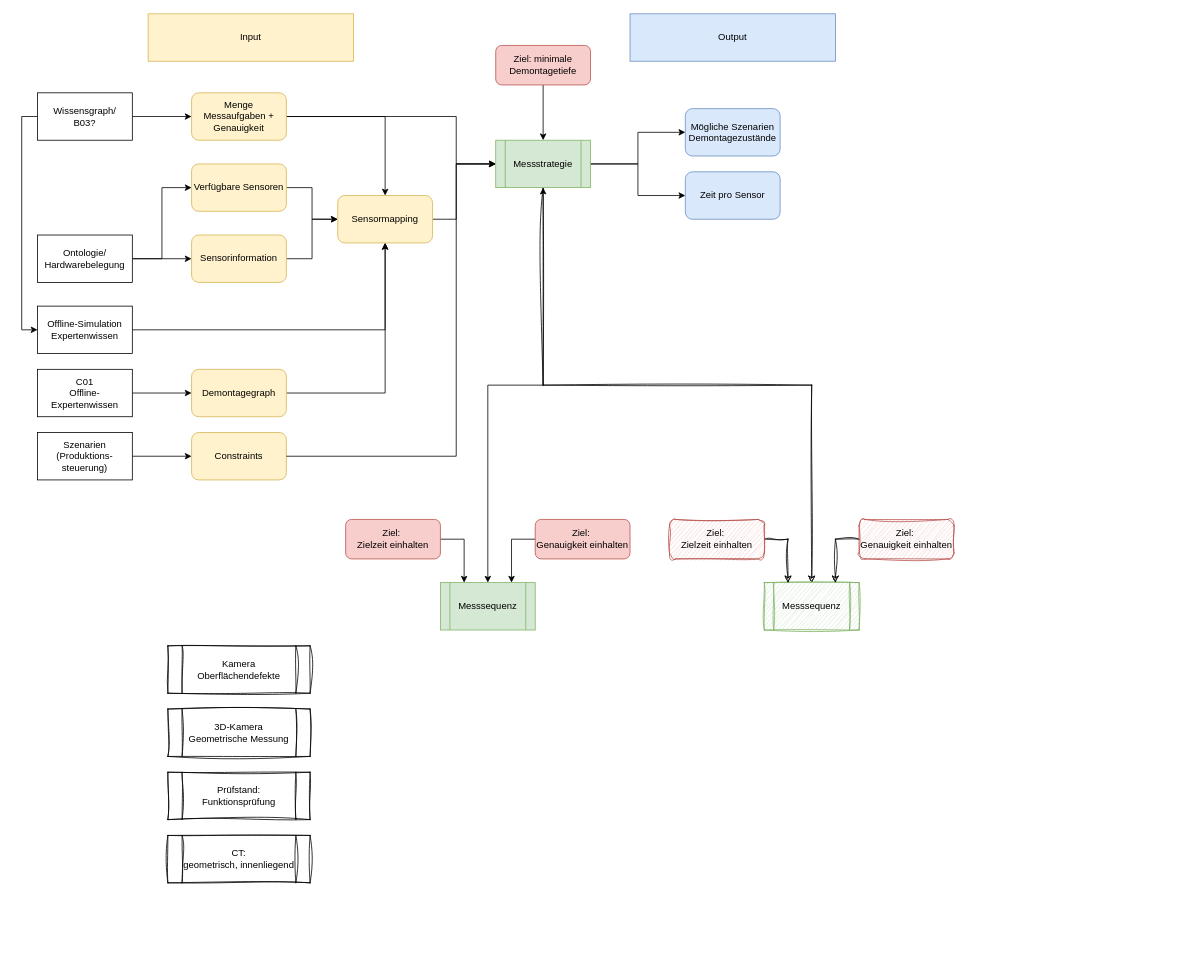
Above: B01_skizze.drawio in vento830/dok_visu (draw.io), before the change. Source tidied: cells renumbered, new cells numbered last; positions are measured from the earlier drawing's top-left corner, leaving out a move shared by most shapes. Both pictures are drawn from the tidied source at 79%, with x=0, y=0 at pixel (37, 13).
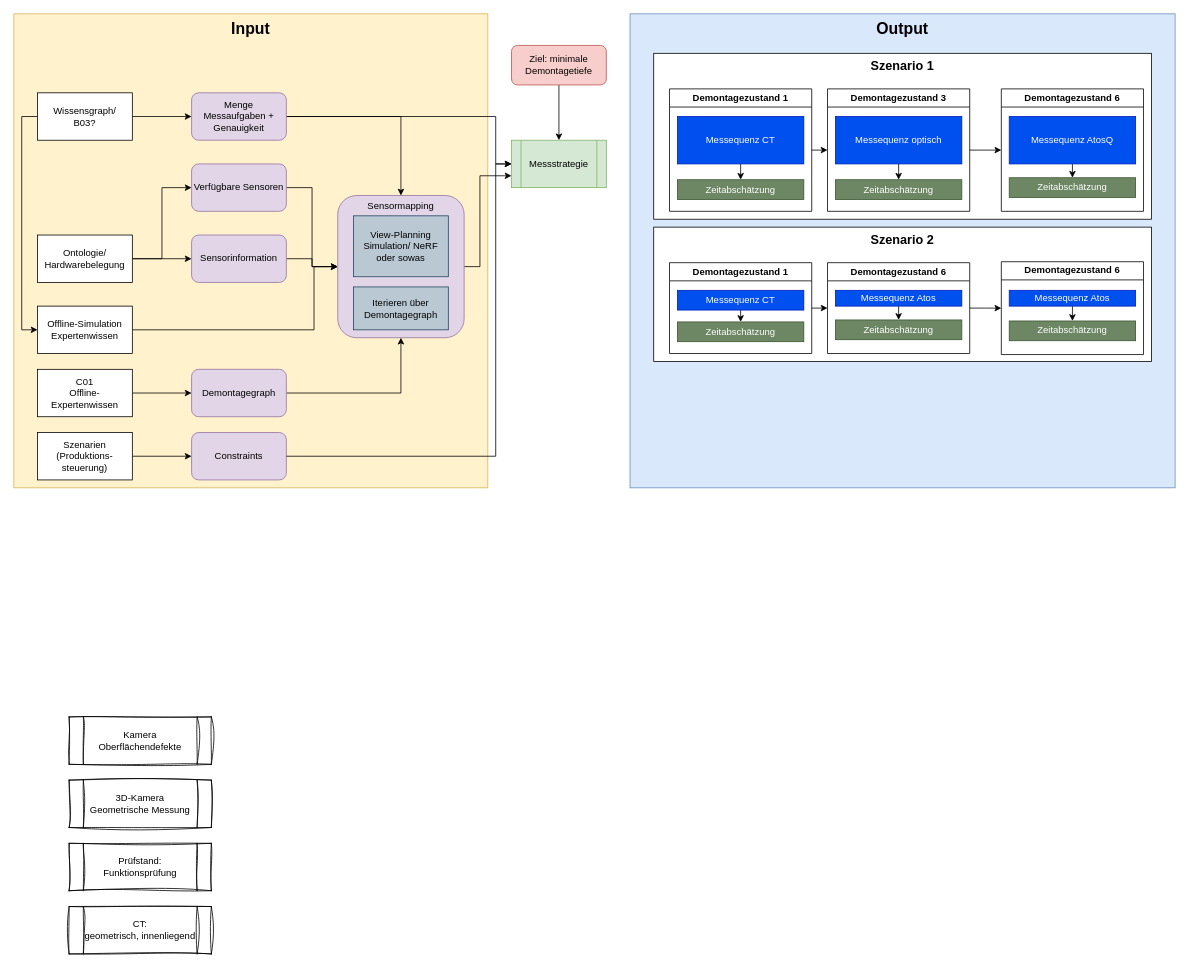
The same page after the edit.

The change refers to these unchanged cells:
```xml
<mxCell id="24" value="Offline-Simulation&lt;div&gt;Expertenwissen&lt;/div&gt;" style="rounded=0;whiteSpace=wrap;html=1;" parent="1" vertex="1">
  <mxGeometry y="370" width="120" height="60" as="geometry" />
</mxCell>
```

What changed in the source:
```diff
@@
-    <mxCell id="2" style="edgeStyle=orthogonalEdgeStyle;rounded=0;jettySize=auto;html=1;entryX=0.5;entryY=0;entryDx=0;entryDy=0;startArrow=classic;startFill=1;" parent="1" edge="1" source="6" target="36">
-      <mxGeometry relative="1" as="geometry" />
-    </mxCell>
-    <mxCell id="3" style="edgeStyle=orthogonalEdgeStyle;rounded=0;jettySize=auto;html=1;exitX=1;exitY=0.5;exitDx=0;exitDy=0;entryX=0;entryY=0.5;entryDx=0;entryDy=0;" parent="1" edge="1" source="6" target="29">
-      <mxGeometry relative="1" as="geometry" />
-    </mxCell>
-    <mxCell id="4" style="edgeStyle=orthogonalEdgeStyle;rounded=0;jettySize=auto;html=1;exitX=1;exitY=0.5;exitDx=0;exitDy=0;entryX=0;entryY=0.5;entryDx=0;entryDy=0;" parent="1" edge="1" source="6" target="37">
-      <mxGeometry relative="1" as="geometry" />
-    </mxCell>
-    <mxCell id="5" style="edgeStyle=orthogonalEdgeStyle;rounded=0;jettySize=auto;html=1;exitX=0.5;exitY=1;exitDx=0;exitDy=0;entryX=0.5;entryY=0;entryDx=0;entryDy=0;sketch=1;curveFitting=1;jiggle=2;" parent="1" edge="1" source="6" target="47">
-      <mxGeometry relative="1" as="geometry" />
-    </mxCell>
+    <mxCell id="7" value="Input" style="rounded=0;whiteSpace=wrap;html=1;fillColor=#fff2cc;strokeColor=#d6b656;labelPosition=center;verticalLabelPosition=middle;align=center;verticalAlign=top;fontSize=20;convertToSvg=0;spacing=2;labelBackgroundColor=none;fontStyle=1;" parent="1" vertex="1">
+      <mxGeometry x="-30" width="600" height="600" as="geometry" />
+    </mxCell>
+    <mxCell id="46" value="Output" style="rounded=0;whiteSpace=wrap;html=1;fillColor=#dae8fc;strokeColor=#6c8ebf;labelPosition=center;verticalLabelPosition=middle;align=center;verticalAlign=top;fontSize=20;fontStyle=1;" parent="1" vertex="1">
+      <mxGeometry x="750" width="690" height="600" as="geometry" />
+    </mxCell>
     <mxCell id="6" value="Messstrategie" style="shape=process;whiteSpace=wrap;html=1;backgroundOutline=1;fillColor=#d5e8d4;strokeColor=#82b366;" parent="1" vertex="1">
-      <mxGeometry x="580" y="160" width="120" height="60" as="geometry" />
+      <mxGeometry x="600" y="160" width="120" height="60" as="geometry" />
     </mxCell>
-    <mxCell id="7" value="Input" style="rounded=0;whiteSpace=wrap;html=1;fillColor=#fff2cc;strokeColor=#d6b656;" parent="1" vertex="1">
-      <mxGeometry x="140" width="260" height="60" as="geometry" />
-    </mxCell>
     <mxCell id="8" style="edgeStyle=orthogonalEdgeStyle;rounded=0;jettySize=auto;html=1;exitX=1;exitY=0.5;exitDx=0;exitDy=0;entryX=0;entryY=0.5;entryDx=0;entryDy=0;" parent="1" edge="1" source="10" target="6">
       <mxGeometry relative="1" as="geometry">
         <Array as="points">
-          <mxPoint x="530" y="130" />
-          <mxPoint x="530" y="190" />
+          <mxPoint x="580" y="130" />
+          <mxPoint x="580" y="190" />
         </Array>
       </mxGeometry>
     </mxCell>
@@
-    <mxCell id="10" value="Menge Messaufgaben + Genauigkeit" style="rounded=1;whiteSpace=wrap;html=1;fillColor=#fff2cc;strokeColor=#d6b656;" parent="1" vertex="1">
+    <mxCell id="10" value="Menge Messaufgaben + Genauigkeit" style="rounded=1;whiteSpace=wrap;html=1;fillColor=#e1d5e7;strokeColor=#9673a6;" parent="1" vertex="1">
       <mxGeometry x="195" y="100" width="120" height="60" as="geometry" />
     </mxCell>
@@
-    <mxCell id="12" value="Verfügbare Sensoren" style="rounded=1;whiteSpace=wrap;html=1;fillColor=#fff2cc;strokeColor=#d6b656;" parent="1" vertex="1">
+    <mxCell id="12" value="Verfügbare Sensoren" style="rounded=1;whiteSpace=wrap;html=1;fillColor=#e1d5e7;strokeColor=#9673a6;" parent="1" vertex="1">
       <mxGeometry x="195" y="190" width="120" height="60" as="geometry" />
     </mxCell>
@@
-    <mxCell id="14" value="Sensorinformation" style="rounded=1;whiteSpace=wrap;html=1;fillColor=#fff2cc;strokeColor=#d6b656;" parent="1" vertex="1">
+    <mxCell id="14" value="Sensorinformation" style="rounded=1;whiteSpace=wrap;html=1;fillColor=#e1d5e7;strokeColor=#9673a6;" parent="1" vertex="1">
       <mxGeometry x="195" y="280" width="120" height="60" as="geometry" />
     </mxCell>
@@
-    <mxCell id="21" style="edgeStyle=orthogonalEdgeStyle;rounded=0;jettySize=auto;html=1;exitX=1;exitY=0.5;exitDx=0;exitDy=0;entryX=0;entryY=0.5;entryDx=0;entryDy=0;" parent="1" edge="1" source="22" target="6">
+    <mxCell id="21" style="edgeStyle=orthogonalEdgeStyle;rounded=0;jettySize=auto;html=1;exitX=1;exitY=0.5;exitDx=0;exitDy=0;entryX=0;entryY=0.75;entryDx=0;entryDy=0;" parent="1" edge="1" source="22" target="6">
       <mxGeometry relative="1" as="geometry">
         <Array as="points">
-          <mxPoint x="530" y="260" />
-          <mxPoint x="530" y="190" />
+          <mxPoint x="560" y="320" />
+          <mxPoint x="560" y="205" />
         </Array>
       </mxGeometry>
     </mxCell>
-    <mxCell id="22" value="Sensormapping" style="rounded=1;whiteSpace=wrap;html=1;fillColor=#fff2cc;strokeColor=#d6b656;" parent="1" vertex="1">
-      <mxGeometry x="380" y="230" width="120" height="60" as="geometry" />
+    <mxCell id="22" value="Sensormapping" style="rounded=1;whiteSpace=wrap;html=1;fillColor=#e1d5e7;strokeColor=#9673a6;gradientColor=none;verticalAlign=top;" parent="1" vertex="1">
+      <mxGeometry x="380" y="230" width="160" height="180" as="geometry" />
     </mxCell>
+    <mxCell id="52" value="View-Planning Simulation/ NeRF oder sowas" style="rounded=0;whiteSpace=wrap;html=1;fillColor=#bac8d3;strokeColor=#23445d;" parent="22" vertex="1">
+      <mxGeometry x="20" y="25.7" width="120" height="77.1" as="geometry" />
+    </mxCell>
+    <mxCell id="53" value="Iterieren über Demontagegraph" style="rounded=0;whiteSpace=wrap;html=1;fillColor=#bac8d3;strokeColor=#23445d;" parent="22" vertex="1">
+      <mxGeometry x="20" y="115.7" width="120" height="54.3" as="geometry" />
+    </mxCell>
-    <mxCell id="23" style="edgeStyle=orthogonalEdgeStyle;rounded=0;jettySize=auto;html=1;" parent="1" edge="1" source="24" target="22">
-      <mxGeometry relative="1" as="geometry" />
+    <mxCell id="23" style="edgeStyle=orthogonalEdgeStyle;rounded=0;jettySize=auto;html=1;entryX=0;entryY=0.5;entryDx=0;entryDy=0;" parent="1" edge="1" source="24" target="22">
+      <mxGeometry relative="1" as="geometry">
+        <Array as="points">
+          <mxPoint x="350" y="400" />
+          <mxPoint x="350" y="320" />
+        </Array>
+      </mxGeometry>
     </mxCell>
@@
-    <mxCell id="25" value="Constraints" style="rounded=1;whiteSpace=wrap;html=1;fillColor=#fff2cc;strokeColor=#d6b656;" parent="1" vertex="1">
+    <mxCell id="25" value="Constraints" style="rounded=1;whiteSpace=wrap;html=1;fillColor=#e1d5e7;strokeColor=#9673a6;" parent="1" vertex="1">
       <mxGeometry x="195" y="530" width="120" height="60" as="geometry" />
     </mxCell>
     <mxCell id="26" style="edgeStyle=orthogonalEdgeStyle;rounded=0;jettySize=auto;html=1;exitX=1;exitY=0.5;exitDx=0;exitDy=0;entryX=0;entryY=0.5;entryDx=0;entryDy=0;" parent="1" edge="1" source="25" target="6">
       <mxGeometry relative="1" as="geometry">
         <Array as="points">
-          <mxPoint x="530" y="560" />
-          <mxPoint x="530" y="190" />
+          <mxPoint x="580" y="560" />
+          <mxPoint x="580" y="190" />
         </Array>
       </mxGeometry>
     </mxCell>
@@
-    <mxCell id="29" value="Mögliche Szenarien Demontagezustände" style="rounded=1;whiteSpace=wrap;html=1;fillColor=#dae8fc;strokeColor=#6c8ebf;" parent="1" vertex="1">
-      <mxGeometry x="820" y="120" width="120" height="60" as="geometry" />
-    </mxCell>
@@
     <mxCell id="31" value="Ziel: minimale Demontagetiefe" style="rounded=1;whiteSpace=wrap;html=1;fillColor=#f8cecc;strokeColor=#b85450;" parent="1" vertex="1">
-      <mxGeometry x="580" y="40" width="120" height="50" as="geometry" />
+      <mxGeometry x="600" y="40" width="120" height="50" as="geometry" />
     </mxCell>
@@
-    <mxCell id="33" value="Demontagegraph" style="rounded=1;whiteSpace=wrap;html=1;fillColor=#fff2cc;strokeColor=#d6b656;" parent="1" vertex="1">
+    <mxCell id="33" value="Demontagegraph" style="rounded=1;whiteSpace=wrap;html=1;fillColor=#e1d5e7;strokeColor=#9673a6;" parent="1" vertex="1">
       <mxGeometry x="195" y="450" width="120" height="60" as="geometry" />
     </mxCell>
@@
-    <mxCell id="36" value="Messsequenz" style="shape=process;whiteSpace=wrap;html=1;backgroundOutline=1;fillColor=#d5e8d4;strokeColor=#82b366;" parent="1" vertex="1">
-      <mxGeometry x="510" y="720" width="120" height="60" as="geometry" />
-    </mxCell>
-    <mxCell id="37" value="Zeit pro Sensor" style="rounded=1;whiteSpace=wrap;html=1;fillColor=#dae8fc;strokeColor=#6c8ebf;" parent="1" vertex="1">
-      <mxGeometry x="820" y="200" width="120" height="60" as="geometry" />
-    </mxCell>
     <mxCell id="38" value="&lt;div&gt;Kamera&lt;/div&gt;Oberflächendefekte" style="shape=process;whiteSpace=wrap;html=1;backgroundOutline=1;rounded=0;fillColor=default;noLabel=0;perimeter=rectanglePerimeter;fixDash=0;glass=0;sketch=1;curveFitting=1;jiggle=2;" parent="1" vertex="1">
-      <mxGeometry x="165" y="800" width="180" height="60" as="geometry" />
+      <mxGeometry x="40" y="890" width="180" height="60" as="geometry" />
     </mxCell>
     <mxCell id="39" value="&lt;div&gt;3D-Kamera&lt;/div&gt;Geometrische Messung" style="shape=process;whiteSpace=wrap;html=1;backgroundOutline=1;rounded=0;fillColor=default;noLabel=0;perimeter=rectanglePerimeter;fixDash=0;glass=0;sketch=1;curveFitting=1;jiggle=2;" parent="1" vertex="1">
-      <mxGeometry x="165" y="880" width="180" height="60" as="geometry" />
+      <mxGeometry x="40" y="970" width="180" height="60" as="geometry" />
     </mxCell>
     <mxCell id="40" value="&lt;div&gt;Prüfstand:&lt;/div&gt;Funktionsprüfung" style="shape=process;whiteSpace=wrap;html=1;backgroundOutline=1;rounded=0;fillColor=default;noLabel=0;perimeter=rectanglePerimeter;fixDash=0;glass=0;sketch=1;curveFitting=1;jiggle=2;" parent="1" vertex="1">
-      <mxGeometry x="165" y="960" width="180" height="60" as="geometry" />
+      <mxGeometry x="40" y="1050" width="180" height="60" as="geometry" />
     </mxCell>
     <mxCell id="41" value="CT:&lt;div&gt;geometrisch, innenliegend&lt;/div&gt;" style="shape=process;whiteSpace=wrap;html=1;backgroundOutline=1;rounded=0;fillColor=default;noLabel=0;perimeter=rectanglePerimeter;fixDash=0;glass=0;sketch=1;curveFitting=1;jiggle=2;" parent="1" vertex="1">
-      <mxGeometry x="165" y="1040" width="180" height="60" as="geometry" />
+      <mxGeometry x="40" y="1130" width="180" height="60" as="geometry" />
     </mxCell>
-    <mxCell id="42" style="edgeStyle=orthogonalEdgeStyle;rounded=0;jettySize=auto;html=1;exitX=1;exitY=0.5;exitDx=0;exitDy=0;entryX=0.25;entryY=0;entryDx=0;entryDy=0;" parent="1" edge="1" source="43" target="36">
-      <mxGeometry relative="1" as="geometry" />
-    </mxCell>
-    <mxCell id="43" value="Ziel:&amp;nbsp;&lt;div&gt;Zielzeit einhalten&lt;/div&gt;" style="rounded=1;whiteSpace=wrap;html=1;fillColor=#f8cecc;strokeColor=#b85450;" parent="1" vertex="1">
-      <mxGeometry x="390" y="640" width="120" height="50" as="geometry" />
-    </mxCell>
-    <mxCell id="44" style="edgeStyle=orthogonalEdgeStyle;rounded=0;jettySize=auto;html=1;exitX=0;exitY=0.5;exitDx=0;exitDy=0;entryX=0.75;entryY=0;entryDx=0;entryDy=0;" parent="1" edge="1" source="45" target="36">
-      <mxGeometry relative="1" as="geometry" />
-    </mxCell>
-    <mxCell id="45" value="Ziel:&amp;nbsp;&lt;div&gt;Genauigkeit einhalten&lt;/div&gt;" style="rounded=1;whiteSpace=wrap;html=1;fillColor=#f8cecc;strokeColor=#b85450;" parent="1" vertex="1">
-      <mxGeometry x="630" y="640" width="120" height="50" as="geometry" />
-    </mxCell>
-    <mxCell id="46" value="Output" style="rounded=0;whiteSpace=wrap;html=1;fillColor=#dae8fc;strokeColor=#6c8ebf;" parent="1" vertex="1">
-      <mxGeometry x="750" width="260" height="60" as="geometry" />
-    </mxCell>
-    <mxCell id="47" value="Messsequenz" style="shape=process;whiteSpace=wrap;html=1;backgroundOutline=1;fillColor=#d5e8d4;strokeColor=#82b366;sketch=1;curveFitting=1;jiggle=2;" parent="1" vertex="1">
-      <mxGeometry x="920" y="720" width="120" height="60" as="geometry" />
-    </mxCell>
-    <mxCell id="48" style="edgeStyle=orthogonalEdgeStyle;rounded=0;jettySize=auto;html=1;exitX=1;exitY=0.5;exitDx=0;exitDy=0;entryX=0.25;entryY=0;entryDx=0;entryDy=0;sketch=1;curveFitting=1;jiggle=2;" parent="1" edge="1" source="49" target="47">
-      <mxGeometry relative="1" as="geometry" />
-    </mxCell>
-    <mxCell id="49" value="Ziel:&amp;nbsp;&lt;div&gt;Zielzeit einhalten&lt;/div&gt;" style="rounded=1;whiteSpace=wrap;html=1;fillColor=#f8cecc;strokeColor=#b85450;sketch=1;curveFitting=1;jiggle=2;" parent="1" vertex="1">
-      <mxGeometry x="800" y="640" width="120" height="50" as="geometry" />
-    </mxCell>
-    <mxCell id="50" style="edgeStyle=orthogonalEdgeStyle;rounded=0;jettySize=auto;html=1;exitX=0;exitY=0.5;exitDx=0;exitDy=0;entryX=0.75;entryY=0;entryDx=0;entryDy=0;sketch=1;curveFitting=1;jiggle=2;" parent="1" edge="1" source="51" target="47">
-      <mxGeometry relative="1" as="geometry" />
-    </mxCell>
-    <mxCell id="51" value="Ziel:&amp;nbsp;&lt;div&gt;Genauigkeit einhalten&lt;/div&gt;" style="rounded=1;whiteSpace=wrap;html=1;fillColor=#f8cecc;strokeColor=#b85450;sketch=1;curveFitting=1;jiggle=2;" parent="1" vertex="1">
-      <mxGeometry x="1040" y="640" width="120" height="50" as="geometry" />
-    </mxCell>
+    <mxCell id="54" value="Szenario 1" style="rounded=0;whiteSpace=wrap;html=1;verticalAlign=top;fontStyle=1;fontSize=16;" parent="1" vertex="1">
+      <mxGeometry x="780" y="50" width="630" height="210" as="geometry" />
+    </mxCell>
+    <mxCell id="55" style="edgeStyle=orthogonalEdgeStyle;rounded=0;jettySize=auto;html=1;exitX=1;exitY=0.5;exitDx=0;exitDy=0;entryX=0;entryY=0.5;entryDx=0;entryDy=0;" parent="1" edge="1" source="56" target="61">
+      <mxGeometry relative="1" as="geometry" />
+    </mxCell>
+    <mxCell id="56" value="Demontagezustand 1" style="swimlane;whiteSpace=wrap;html=1;" parent="1" vertex="1">
+      <mxGeometry x="800" y="95" width="180" height="155" as="geometry" />
+    </mxCell>
+    <mxCell id="57" style="edgeStyle=orthogonalEdgeStyle;rounded=0;jettySize=auto;html=1;exitX=0.5;exitY=1;exitDx=0;exitDy=0;entryX=0.5;entryY=0;entryDx=0;entryDy=0;" parent="56" edge="1" source="58" target="59">
+      <mxGeometry relative="1" as="geometry" />
+    </mxCell>
+    <mxCell id="58" value="Messequenz CT" style="rounded=0;whiteSpace=wrap;html=1;fillColor=#0050ef;strokeColor=#001DBC;fontColor=#ffffff;" parent="56" vertex="1">
+      <mxGeometry x="10" y="35" width="160" height="60" as="geometry" />
+    </mxCell>
+    <mxCell id="59" value="Zeitabschätzung" style="rounded=0;whiteSpace=wrap;html=1;fillColor=#6d8764;fontColor=#ffffff;strokeColor=#3A5431;" parent="56" vertex="1">
+      <mxGeometry x="10" y="115" width="160" height="25" as="geometry" />
+    </mxCell>
+    <mxCell id="60" style="edgeStyle=orthogonalEdgeStyle;rounded=0;jettySize=auto;html=1;exitX=1;exitY=0.5;exitDx=0;exitDy=0;entryX=0;entryY=0.5;entryDx=0;entryDy=0;" parent="1" edge="1" source="61" target="62">
+      <mxGeometry relative="1" as="geometry" />
+    </mxCell>
+    <mxCell id="61" value="Demontagezustand 3" style="swimlane;whiteSpace=wrap;html=1;" parent="1" vertex="1">
+      <mxGeometry x="1000" y="95" width="180" height="155" as="geometry" />
+    </mxCell>
+    <mxCell id="62" value="Demontagezustand 6" style="swimlane;whiteSpace=wrap;html=1;" parent="1" vertex="1">
+      <mxGeometry x="1220" y="95" width="180" height="155" as="geometry" />
+    </mxCell>
+    <mxCell id="63" style="edgeStyle=orthogonalEdgeStyle;rounded=0;jettySize=auto;html=1;exitX=0.5;exitY=1;exitDx=0;exitDy=0;entryX=0.5;entryY=0;entryDx=0;entryDy=0;" parent="1" edge="1" source="64" target="65">
+      <mxGeometry relative="1" as="geometry" />
+    </mxCell>
+    <mxCell id="64" value="Messequenz optisch" style="rounded=0;whiteSpace=wrap;html=1;fillColor=#0050ef;strokeColor=#001DBC;fontColor=#ffffff;" parent="1" vertex="1">
+      <mxGeometry x="1010" y="130" width="160" height="60" as="geometry" />
+    </mxCell>
+    <mxCell id="65" value="Zeitabschätzung" style="rounded=0;whiteSpace=wrap;html=1;fillColor=#6d8764;fontColor=#ffffff;strokeColor=#3A5431;" parent="1" vertex="1">
+      <mxGeometry x="1010" y="210" width="160" height="25" as="geometry" />
+    </mxCell>
+    <mxCell id="66" style="edgeStyle=orthogonalEdgeStyle;rounded=0;jettySize=auto;html=1;exitX=0.5;exitY=1;exitDx=0;exitDy=0;entryX=0.5;entryY=0;entryDx=0;entryDy=0;" parent="1" edge="1" source="67" target="68">
+      <mxGeometry relative="1" as="geometry" />
+    </mxCell>
+    <mxCell id="67" value="Messequenz AtosQ" style="rounded=0;whiteSpace=wrap;html=1;fillColor=#0050ef;strokeColor=#001DBC;fontColor=#ffffff;" parent="1" vertex="1">
+      <mxGeometry x="1230" y="130" width="160" height="60" as="geometry" />
+    </mxCell>
+    <mxCell id="68" value="Zeitabschätzung" style="rounded=0;whiteSpace=wrap;html=1;fillColor=#6d8764;fontColor=#ffffff;strokeColor=#3A5431;" parent="1" vertex="1">
+      <mxGeometry x="1230" y="207.5" width="160" height="25" as="geometry" />
+    </mxCell>
+    <mxCell id="69" value="Szenario 2" style="rounded=0;whiteSpace=wrap;html=1;verticalAlign=top;fontStyle=1;fontSize=16;" parent="1" vertex="1">
+      <mxGeometry x="780" y="270" width="630" height="170" as="geometry" />
+    </mxCell>
+    <mxCell id="70" style="edgeStyle=orthogonalEdgeStyle;rounded=0;jettySize=auto;html=1;exitX=1;exitY=0.5;exitDx=0;exitDy=0;entryX=0;entryY=0.5;entryDx=0;entryDy=0;" parent="1" edge="1" source="71" target="76">
+      <mxGeometry relative="1" as="geometry" />
+    </mxCell>
+    <mxCell id="71" value="Demontagezustand 1" style="swimlane;whiteSpace=wrap;html=1;" parent="1" vertex="1">
+      <mxGeometry x="800" y="315" width="180" height="115" as="geometry" />
+    </mxCell>
+    <mxCell id="72" style="edgeStyle=orthogonalEdgeStyle;rounded=0;jettySize=auto;html=1;exitX=0.5;exitY=1;exitDx=0;exitDy=0;entryX=0.5;entryY=0;entryDx=0;entryDy=0;" parent="71" edge="1" source="73" target="74">
+      <mxGeometry relative="1" as="geometry" />
+    </mxCell>
+    <mxCell id="73" value="Messequenz CT" style="rounded=0;whiteSpace=wrap;html=1;fillColor=#0050ef;strokeColor=#001DBC;fontColor=#ffffff;" parent="71" vertex="1">
+      <mxGeometry x="10" y="35" width="160" height="25" as="geometry" />
+    </mxCell>
+    <mxCell id="74" value="Zeitabschätzung" style="rounded=0;whiteSpace=wrap;html=1;fillColor=#6d8764;fontColor=#ffffff;strokeColor=#3A5431;" parent="71" vertex="1">
+      <mxGeometry x="10" y="75" width="160" height="25" as="geometry" />
+    </mxCell>
+    <mxCell id="75" style="edgeStyle=orthogonalEdgeStyle;rounded=0;jettySize=auto;html=1;exitX=1;exitY=0.5;exitDx=0;exitDy=0;entryX=0;entryY=0.5;entryDx=0;entryDy=0;" parent="1" edge="1" source="76" target="78">
+      <mxGeometry relative="1" as="geometry" />
+    </mxCell>
+    <mxCell id="76" value="Demontagezustand 6" style="swimlane;whiteSpace=wrap;html=1;" parent="1" vertex="1">
+      <mxGeometry x="1000" y="315" width="180" height="115" as="geometry" />
+    </mxCell>
+    <mxCell id="77" value="Zeitabschätzung" style="rounded=0;whiteSpace=wrap;html=1;fillColor=#6d8764;fontColor=#ffffff;strokeColor=#3A5431;" parent="76" vertex="1">
+      <mxGeometry x="10" y="72.5" width="160" height="25" as="geometry" />
+    </mxCell>
+    <mxCell id="78" value="Demontagezustand 6" style="swimlane;whiteSpace=wrap;html=1;" parent="1" vertex="1">
+      <mxGeometry x="1220" y="313.8" width="180" height="117.5" as="geometry" />
+    </mxCell>
+    <mxCell id="79" value="Zeitabschätzung" style="rounded=0;whiteSpace=wrap;html=1;fillColor=#6d8764;fontColor=#ffffff;strokeColor=#3A5431;" parent="78" vertex="1">
+      <mxGeometry x="10" y="75" width="160" height="25" as="geometry" />
+    </mxCell>
+    <mxCell id="80" style="edgeStyle=orthogonalEdgeStyle;rounded=0;jettySize=auto;html=1;exitX=0.5;exitY=1;exitDx=0;exitDy=0;entryX=0.5;entryY=0;entryDx=0;entryDy=0;" parent="1" edge="1" source="81" target="77">
+      <mxGeometry relative="1" as="geometry" />
+    </mxCell>
+    <mxCell id="81" value="Messequenz Atos" style="rounded=0;whiteSpace=wrap;html=1;fillColor=#0050ef;strokeColor=#001DBC;fontColor=#ffffff;" parent="1" vertex="1">
+      <mxGeometry x="1010" y="350" width="160" height="20" as="geometry" />
+    </mxCell>
+    <mxCell id="82" style="edgeStyle=orthogonalEdgeStyle;rounded=0;jettySize=auto;html=1;exitX=0.5;exitY=1;exitDx=0;exitDy=0;entryX=0.5;entryY=0;entryDx=0;entryDy=0;" parent="1" edge="1" source="83" target="79">
+      <mxGeometry relative="1" as="geometry" />
+    </mxCell>
+    <mxCell id="83" value="Messequenz Atos" style="rounded=0;whiteSpace=wrap;html=1;fillColor=#0050ef;strokeColor=#001DBC;fontColor=#ffffff;" parent="1" vertex="1">
+      <mxGeometry x="1230" y="350" width="160" height="20" as="geometry" />
+    </mxCell>
```
